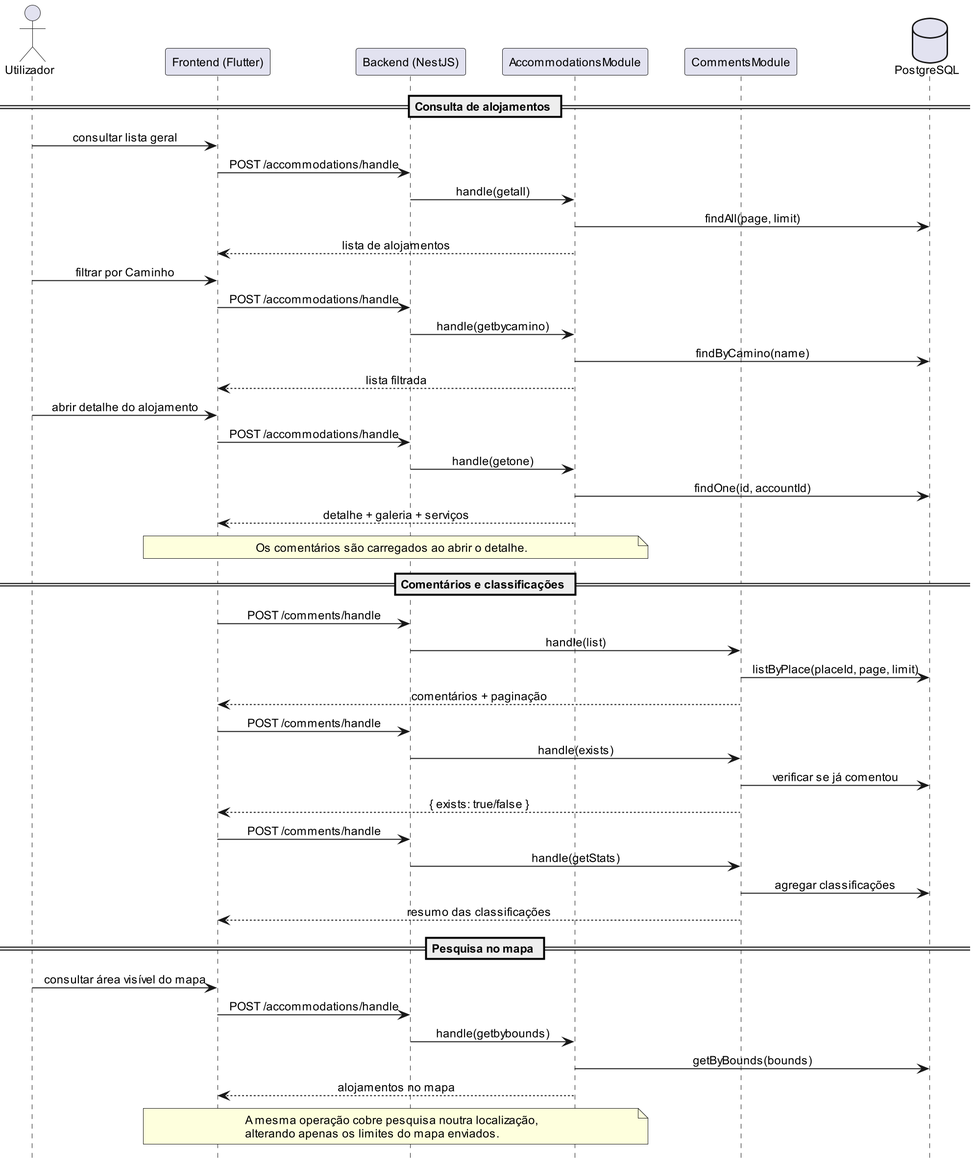
alegna83/cookbook-be keeps this PlantUML diagram as docs/diagrams/png/communication-accommodation-flow.png. Above is the earlier version.
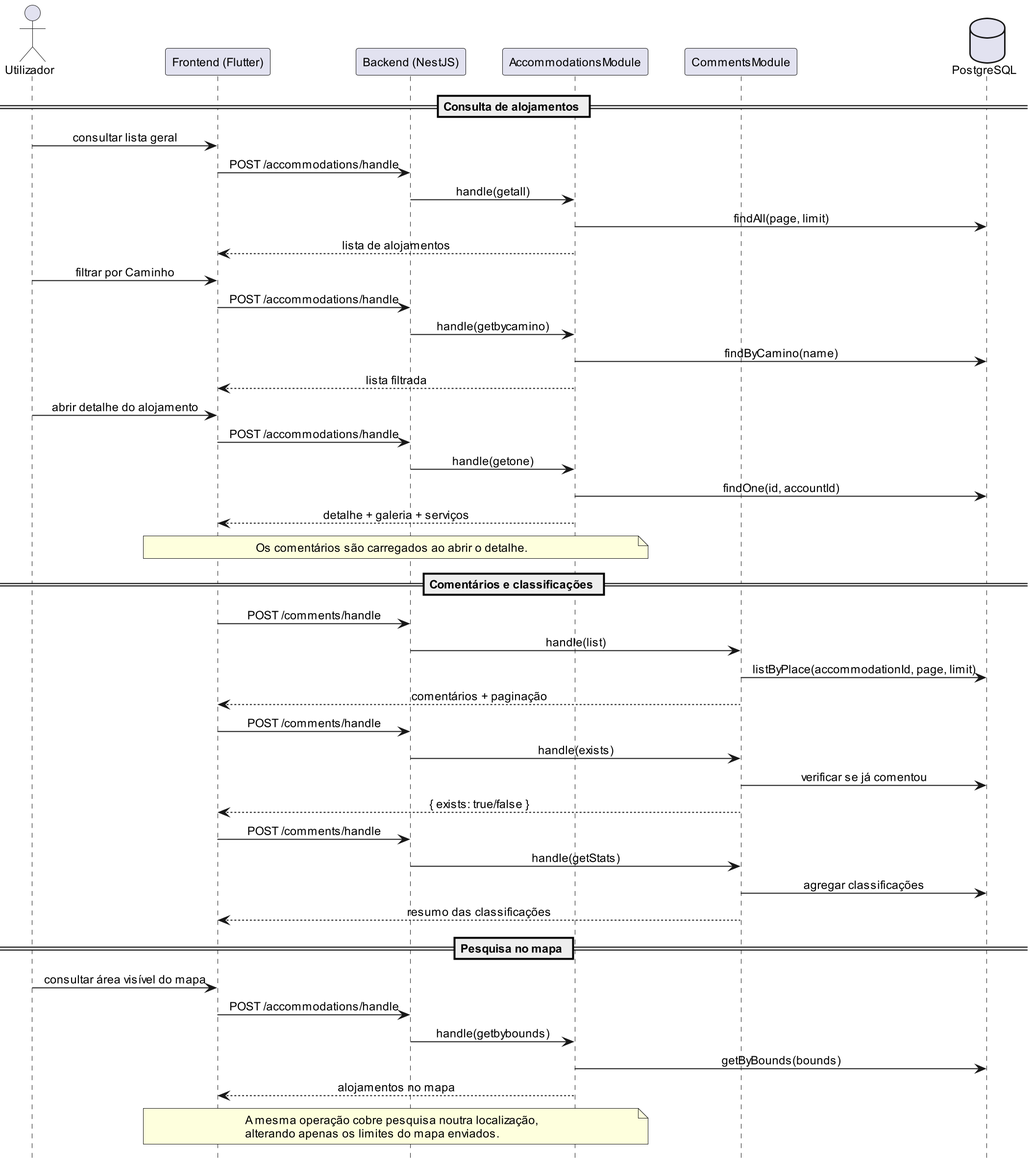
The same diagram one commit later.

Commit message:
placeId->accommodationId

Change to the diagram source:
```diff
@@ -46,7 +46,7 @@
 
 FE -> BE : POST /comments/handle
 BE -> CommentsModule : handle(list)
-CommentsModule -> DB : listByPlace(placeId, page, limit)
+CommentsModule -> DB : listByPlace(accommodationId, page, limit)
 CommentsModule --> FE : comentários + paginação
 
 FE -> BE : POST /comments/handle
```
